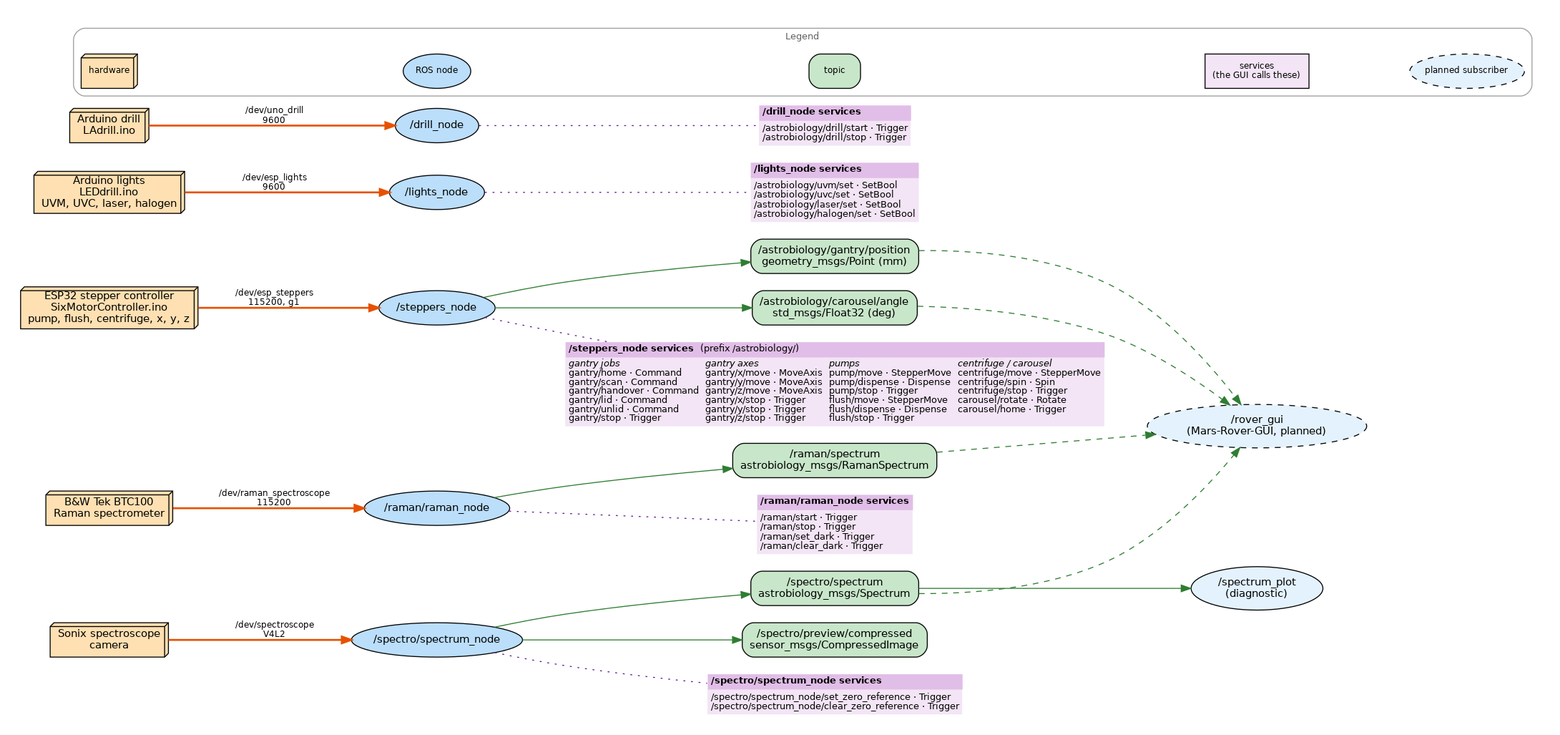
This is docs/architecture.png from NUS-Mars-Rover-Team/astrobiology_ws, a Graphviz export, as it was before one commit. Its source is kept beside it as docs/architecture.dot. The source it was exported from:
```dot

digraph astrobiology {
    rankdir=LR;
    fontname="Helvetica";
    node [fontname="Helvetica", fontsize=11];
    edge [fontname="Helvetica", fontsize=9];
    bgcolor="white";
    pad=0.3;
    nodesep=0.25;
    ranksep=0.6;

    node [shape=box3d, style=filled, fillcolor="#FFE0B2"];
    esp_steppers  [label="ESP32 stepper controller\nSixMotorController.ino\npump, flush, centrifuge, x, y, z"];
    esp_lights    [label="Arduino lights\nLEDdrill.ino\nUVM, UVC, laser, halogen"];
    arduino_drill [label="Arduino drill\nLAdrill.ino"];
    btc100        [label="B&W Tek BTC100\nRaman spectrometer"];
    spectro_cam   [label="Sonix spectroscope\ncamera"];

    node [shape=ellipse, style=filled, fillcolor="#BBDEFB"];
    steppers_node [label="/steppers_node"];
    lights_node   [label="/lights_node"];
    drill_node    [label="/drill_node"];
    raman_node    [label="/raman/raman_node"];
    spectrum_node [label="/spectro/spectrum_node"];

    node [shape=box, style="filled,rounded", fillcolor="#C8E6C9"];
    gantry_position  [label="/astrobiology/gantry/position\ngeometry_msgs/Point (mm)"];
    carousel_angle   [label="/astrobiology/carousel/angle\nstd_msgs/Float32 (deg)"];
    raman_spectrum   [label="/raman/spectrum\nastrobiology_msgs/RamanSpectrum"];
    spectro_spectrum [label="/spectro/spectrum\nastrobiology_msgs/Spectrum"];
    spectro_preview  [label="/spectro/preview/compressed\nsensor_msgs/CompressedImage"];

    node [shape=ellipse, style=filled, fillcolor="#E3F2FD"];
    spectrum_plot [label="/spectrum_plot\n(diagnostic)"];
    rover_gui     [label="/rover_gui\n(Mars-Rover-GUI, planned)", style="filled,dashed"];

    node [shape=plain, fontsize=9.5];
    steppers_srv [label=<
      <table border="0" cellborder="0" cellspacing="0" cellpadding="3" bgcolor="#F3E5F5" color="#6A1B9A">
        <tr><td colspan="4" align="left" bgcolor="#E1BEE7"><b>/steppers_node services</b>  (prefix /astrobiology/)</td></tr>
        <tr>
          <td align="left" valign="top"><i>gantry jobs</i><br align="left"/>gantry/home · Command<br align="left"/>gantry/scan · Command<br align="left"/>gantry/handover · Command<br align="left"/>gantry/lid · Command<br align="left"/>gantry/unlid · Command<br align="left"/>gantry/stop · Trigger<br align="left"/></td>
          <td align="left" valign="top"><i>gantry axes</i><br align="left"/>gantry/x/move · MoveAxis<br align="left"/>gantry/y/move · MoveAxis<br align="left"/>gantry/z/move · MoveAxis<br align="left"/>gantry/x/stop · Trigger<br align="left"/>gantry/y/stop · Trigger<br align="left"/>gantry/z/stop · Trigger<br align="left"/></td>
          <td align="left" valign="top"><i>pumps</i><br align="left"/>pump/move · StepperMove<br align="left"/>pump/dispense · Dispense<br align="left"/>pump/stop · Trigger<br align="left"/>flush/move · StepperMove<br align="left"/>flush/dispense · Dispense<br align="left"/>flush/stop · Trigger<br align="left"/></td>
          <td align="left" valign="top"><i>centrifuge / carousel</i><br align="left"/>centrifuge/move · StepperMove<br align="left"/>centrifuge/spin · Spin<br align="left"/>centrifuge/stop · Trigger<br align="left"/>carousel/rotate · Rotate<br align="left"/>carousel/home · Trigger<br align="left"/></td>
        </tr>
      </table>
    >];
    lights_srv [label=<
      <table border="0" cellborder="0" cellspacing="0" cellpadding="3" bgcolor="#F3E5F5">
        <tr><td align="left" bgcolor="#E1BEE7"><b>/lights_node services</b></td></tr>
        <tr><td align="left">/astrobiology/uvm/set · SetBool<br align="left"/>/astrobiology/uvc/set · SetBool<br align="left"/>/astrobiology/laser/set · SetBool<br align="left"/>/astrobiology/halogen/set · SetBool<br align="left"/></td></tr>
      </table>
    >];
    drill_srv [label=<
      <table border="0" cellborder="0" cellspacing="0" cellpadding="3" bgcolor="#F3E5F5">
        <tr><td align="left" bgcolor="#E1BEE7"><b>/drill_node services</b></td></tr>
        <tr><td align="left">/astrobiology/drill/start · Trigger<br align="left"/>/astrobiology/drill/stop · Trigger<br align="left"/></td></tr>
      </table>
    >];
    raman_srv [label=<
      <table border="0" cellborder="0" cellspacing="0" cellpadding="3" bgcolor="#F3E5F5">
        <tr><td align="left" bgcolor="#E1BEE7"><b>/raman/raman_node services</b></td></tr>
        <tr><td align="left">/raman/start · Trigger<br align="left"/>/raman/stop · Trigger<br align="left"/>/raman/set_dark · Trigger<br align="left"/>/raman/clear_dark · Trigger<br align="left"/></td></tr>
      </table>
    >];
    spectro_srv [label=<
      <table border="0" cellborder="0" cellspacing="0" cellpadding="3" bgcolor="#F3E5F5">
        <tr><td align="left" bgcolor="#E1BEE7"><b>/spectro/spectrum_node services</b></td></tr>
        <tr><td align="left">/spectro/spectrum_node/set_zero_reference · Trigger<br align="left"/>/spectro/spectrum_node/clear_zero_reference · Trigger<br align="left"/></td></tr>
      </table>
    >];

    edge [color="#E65100", style=bold];
    esp_steppers  -> steppers_node [label="/dev/esp_steppers\n115200, g1"];
    esp_lights    -> lights_node   [label="/dev/esp_lights\n9600"];
    arduino_drill -> drill_node    [label="/dev/uno_drill\n9600"];
    btc100        -> raman_node    [label="/dev/raman_spectroscope\n115200"];
    spectro_cam   -> spectrum_node [label="/dev/spectroscope\nV4L2"];

    edge [color="#2E7D32", style=solid, label=""];
    steppers_node -> gantry_position;
    steppers_node -> carousel_angle;
    raman_node    -> raman_spectrum;
    spectrum_node -> spectro_spectrum;
    spectrum_node -> spectro_preview;
    spectro_spectrum -> spectrum_plot;

    edge [color="#2E7D32", style=dashed];
    gantry_position  -> rover_gui;
    carousel_angle   -> rover_gui;
    raman_spectrum   -> rover_gui;
    spectro_spectrum -> rover_gui;

    edge [color="#6A1B9A", style=dotted, arrowhead=none];
    steppers_node -> steppers_srv;
    lights_node   -> lights_srv;
    drill_node    -> drill_srv;
    raman_node    -> raman_srv;
    spectrum_node -> spectro_srv;

    subgraph cluster_legend {
        label="Legend"; fontsize=10; style=rounded; color="#9E9E9E"; fontcolor="#616161";
        leg_hw    [label="hardware", shape=box3d, style=filled, fillcolor="#FFE0B2", fontsize=9];
        leg_node  [label="ROS node", shape=ellipse, style=filled, fillcolor="#BBDEFB", fontsize=9];
        leg_topic [label="topic", shape=box, style="filled,rounded", fillcolor="#C8E6C9", fontsize=9];
        leg_srv   [label="services\n(the GUI calls these)", shape=box, style=filled, fillcolor="#F3E5F5", fontsize=9];
        leg_sub   [label="planned subscriber", shape=ellipse, style="filled,dashed", fillcolor="#E3F2FD", fontsize=9];
        leg_hw -> leg_node -> leg_topic -> leg_srv -> leg_sub [style=invis];
    }
}
```
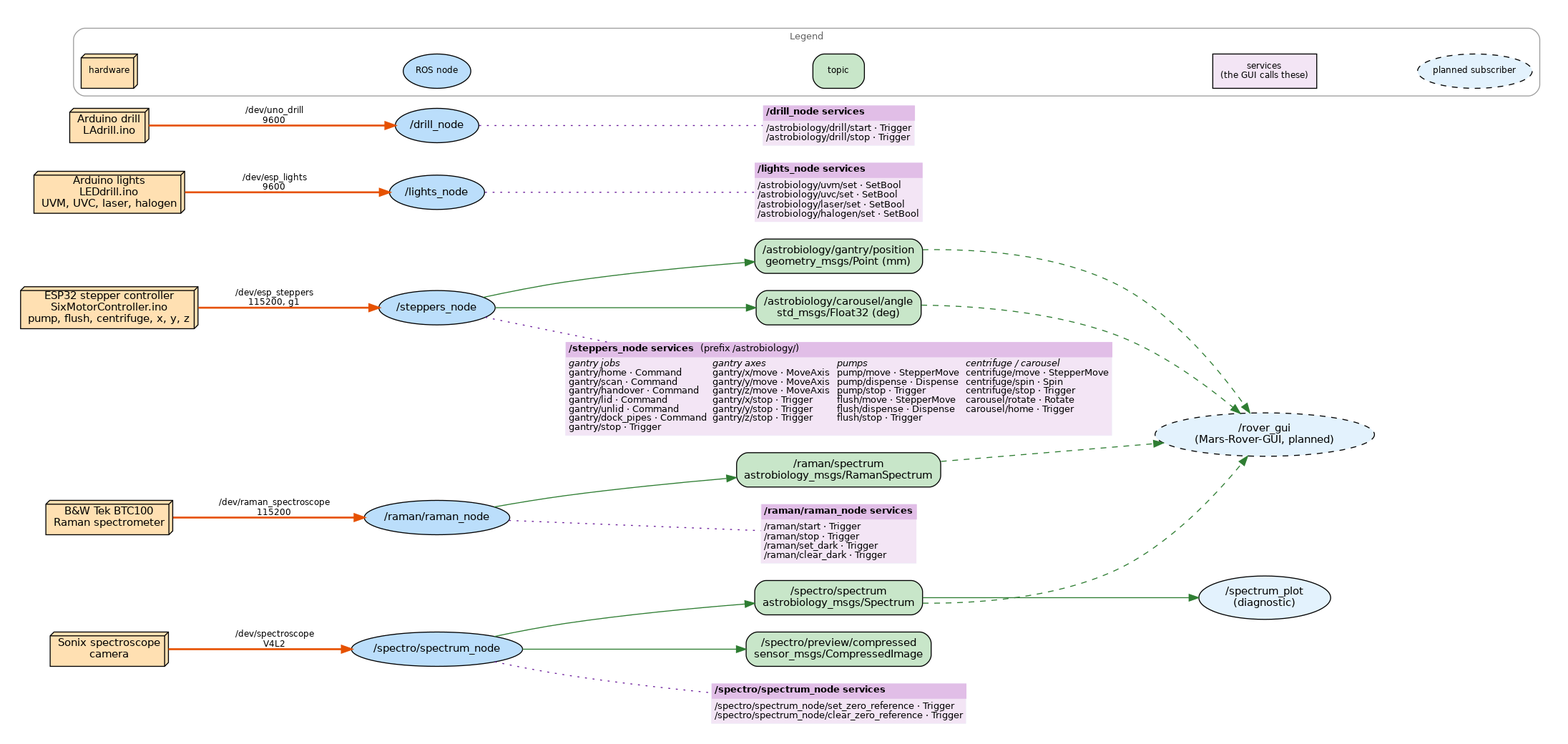
Later version of the same file.

Commit message:
add pipes docking sequence

What changed in the source:
```diff
@@ -39,7 +39,7 @@
       <table border="0" cellborder="0" cellspacing="0" cellpadding="3" bgcolor="#F3E5F5" color="#6A1B9A">
         <tr><td colspan="4" align="left" bgcolor="#E1BEE7"><b>/steppers_node services</b>  (prefix /astrobiology/)</td></tr>
         <tr>
-          <td align="left" valign="top"><i>gantry jobs</i><br align="left"/>gantry/home · Command<br align="left"/>gantry/scan · Command<br align="left"/>gantry/handover · Command<br align="left"/>gantry/lid · Command<br align="left"/>gantry/unlid · Command<br align="left"/>gantry/stop · Trigger<br align="left"/></td>
+          <td align="left" valign="top"><i>gantry jobs</i><br align="left"/>gantry/home · Command<br align="left"/>gantry/scan · Command<br align="left"/>gantry/handover · Command<br align="left"/>gantry/lid · Command<br align="left"/>gantry/unlid · Command<br align="left"/>gantry/dock_pipes · Command<br align="left"/>gantry/stop · Trigger<br align="left"/></td>
           <td align="left" valign="top"><i>gantry axes</i><br align="left"/>gantry/x/move · MoveAxis<br align="left"/>gantry/y/move · MoveAxis<br align="left"/>gantry/z/move · MoveAxis<br align="left"/>gantry/x/stop · Trigger<br align="left"/>gantry/y/stop · Trigger<br align="left"/>gantry/z/stop · Trigger<br align="left"/></td>
           <td align="left" valign="top"><i>pumps</i><br align="left"/>pump/move · StepperMove<br align="left"/>pump/dispense · Dispense<br align="left"/>pump/stop · Trigger<br align="left"/>flush/move · StepperMove<br align="left"/>flush/dispense · Dispense<br align="left"/>flush/stop · Trigger<br align="left"/></td>
           <td align="left" valign="top"><i>centrifuge / carousel</i><br align="left"/>centrifuge/move · StepperMove<br align="left"/>centrifuge/spin · Spin<br align="left"/>centrifuge/stop · Trigger<br align="left"/>carousel/rotate · Rotate<br align="left"/>carousel/home · Trigger<br align="left"/></td>
```
